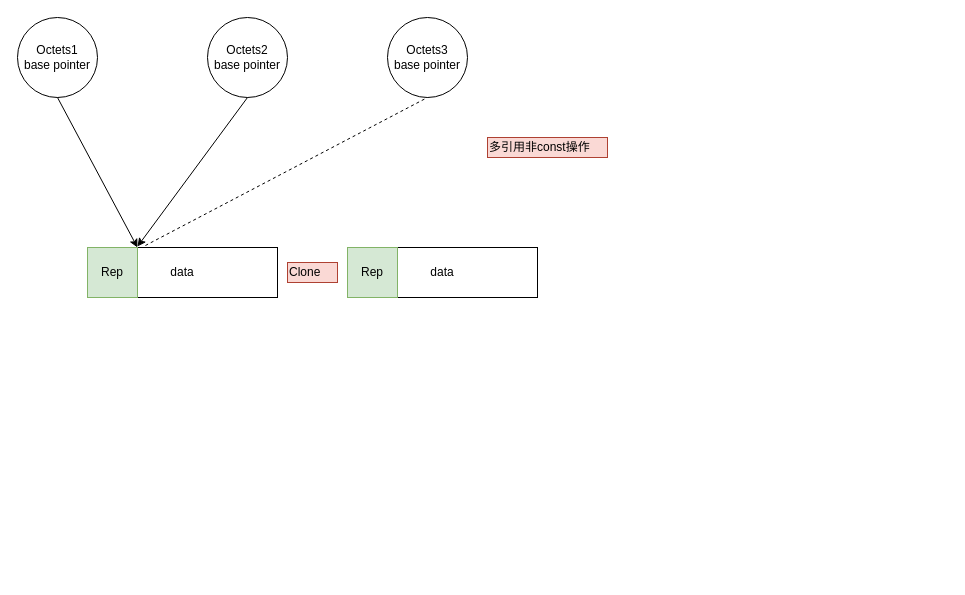
Above: octets.drawio in aflyingfishlg/GameServer (draw.io), before the change. Source tidied: cells renumbered, new cells numbered last; positions are measured from the earlier drawing's top-left corner, leaving out a move shared by most shapes. Both pictures are drawn from the tidied source at 100%, with x=0, y=0 at pixel (17, 17).
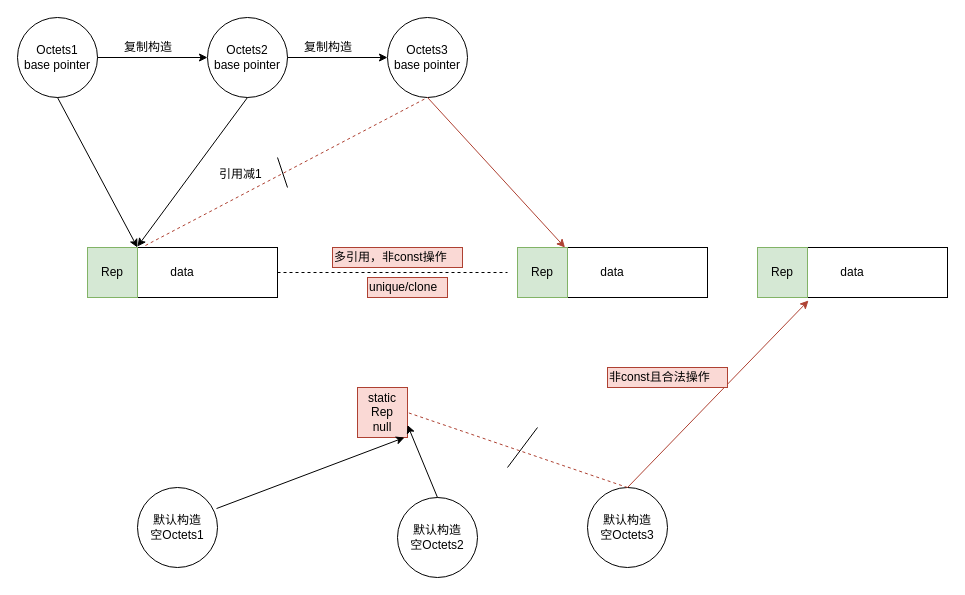
Above is the later version.

The change refers to these unchanged cells:
```xml
<mxCell id="2" value="data" style="rounded=0;whiteSpace=wrap;html=1;direction=south;" parent="1" vertex="1">
  <mxGeometry x="70" y="230" width="190" height="50" as="geometry" />
</mxCell>
<mxCell id="4" value="Octets1&lt;br&gt;base pointer&lt;br&gt;" style="ellipse;whiteSpace=wrap;html=1;" parent="1" vertex="1">
  <mxGeometry width="80" height="80" as="geometry" />
</mxCell>
<mxCell id="6" value="Octets2&lt;br&gt;base pointer&lt;br&gt;" style="ellipse;whiteSpace=wrap;html=1;" parent="1" vertex="1">
  <mxGeometry x="190" width="80" height="80" as="geometry" />
</mxCell>
<mxCell id="7" value="&lt;span&gt;Octets3&lt;/span&gt;&lt;br&gt;&lt;span&gt;base pointer&lt;/span&gt;" style="ellipse;whiteSpace=wrap;html=1;" parent="1" vertex="1">
  <mxGeometry x="370" width="80" height="80" as="geometry" />
</mxCell>
```

What changed in the source:
```diff
@@
     <mxCell id="9" value="data" style="rounded=0;whiteSpace=wrap;html=1;direction=south;" parent="1" vertex="1">
-      <mxGeometry x="330" y="230" width="190" height="50" as="geometry" />
+      <mxGeometry x="500" y="230" width="190" height="50" as="geometry" />
     </mxCell>
     <mxCell id="10" value="Rep" style="rounded=0;whiteSpace=wrap;html=1;fillColor=#d5e8d4;strokeColor=#82b366;" parent="1" vertex="1">
-      <mxGeometry x="330" y="230" width="50" height="50" as="geometry" />
+      <mxGeometry x="500" y="230" width="50" height="50" as="geometry" />
     </mxCell>
-    <mxCell id="11" value="Clone" style="text;html=1;align=left;verticalAlign=top;spacingTop=-4;fillColor=#fad9d5;strokeColor=#ae4132;" parent="1" vertex="1">
-      <mxGeometry x="270" y="245" width="50" height="20" as="geometry" />
+    <mxCell id="11" value="unique/clone" style="text;html=1;align=left;verticalAlign=top;spacingTop=-4;fillColor=#fad9d5;strokeColor=#ae4132;" parent="1" vertex="1">
+      <mxGeometry x="350" y="260" width="80" height="20" as="geometry" />
     </mxCell>
-    <mxCell id="12" value="多引用非const操作" style="text;html=1;align=left;verticalAlign=top;spacingTop=-4;fillColor=#fad9d5;strokeColor=#ae4132;" parent="1" vertex="1">
-      <mxGeometry x="470" y="120" width="120" height="20" as="geometry" />
+    <mxCell id="12" value="多引用，非const操作" style="text;html=1;align=left;verticalAlign=top;spacingTop=-4;fillColor=#fad9d5;strokeColor=#ae4132;" parent="1" vertex="1">
+      <mxGeometry x="315" y="230" width="130" height="20" as="geometry" />
     </mxCell>
-    <mxCell id="13" style="endArrow=none;dashed=1;html=1;entryX=0.5;entryY=1;entryDx=0;entryDy=0;exitX=-0.04;exitY=0.695;exitDx=0;exitDy=0;exitPerimeter=0;" parent="1" edge="1" source="2" target="7">
+    <mxCell id="13" style="endArrow=none;dashed=1;html=1;entryX=0.5;entryY=1;entryDx=0;entryDy=0;exitX=-0.04;exitY=0.695;exitDx=0;exitDy=0;exitPerimeter=0;fillColor=#fad9d5;strokeColor=#ae4132;" parent="1" edge="1" source="2" target="7">
       <mxGeometry relative="1" as="geometry" />
     </mxCell>
+    <mxCell id="14" style="endArrow=classic;html=1;exitX=0.5;exitY=1;exitDx=0;exitDy=0;entryX=0;entryY=0.75;entryDx=0;entryDy=0;fillColor=#fad9d5;strokeColor=#ae4132;" parent="1" edge="1" source="7" target="9">
+      <mxGeometry relative="1" as="geometry" />
+    </mxCell>
+    <mxCell id="15" style="endArrow=none;html=1;" parent="1" edge="1">
+      <mxGeometry relative="1" as="geometry">
+        <mxPoint x="270" y="170" as="sourcePoint" />
+        <mxPoint x="260" y="140" as="targetPoint" />
+      </mxGeometry>
+    </mxCell>
+    <mxCell id="16" style="endArrow=none;dashed=1;html=1;exitX=0.5;exitY=0;exitDx=0;exitDy=0;" parent="1" edge="1" source="2">
+      <mxGeometry relative="1" as="geometry">
+        <mxPoint x="490" y="255" as="targetPoint" />
+      </mxGeometry>
+    </mxCell>
+    <mxCell id="17" style="endArrow=classic;html=1;exitX=1;exitY=0.5;exitDx=0;exitDy=0;entryX=0;entryY=0.5;entryDx=0;entryDy=0;" parent="1" edge="1" source="4" target="6">
+      <mxGeometry relative="1" as="geometry" />
+    </mxCell>
+    <mxCell id="18" style="endArrow=classic;html=1;exitX=1;exitY=0.5;exitDx=0;exitDy=0;entryX=0;entryY=0.5;entryDx=0;entryDy=0;" parent="1" edge="1" source="6" target="7">
+      <mxGeometry relative="1" as="geometry" />
+    </mxCell>
+    <mxCell id="19" value="复制构造" style="text;html=1;align=left;verticalAlign=top;spacingTop=-4;" parent="1" vertex="1">
+      <mxGeometry x="105" y="20" width="60" height="20" as="geometry" />
+    </mxCell>
+    <mxCell id="20" value="复制构造" style="text;html=1;align=left;verticalAlign=top;spacingTop=-4;" parent="1" vertex="1">
+      <mxGeometry x="285" y="20" width="60" height="20" as="geometry" />
+    </mxCell>
+    <mxCell id="21" value="引用减1" style="text;html=1;align=left;verticalAlign=top;spacingTop=-4;" parent="1" vertex="1">
+      <mxGeometry x="200" y="147" width="60" height="20" as="geometry" />
+    </mxCell>
+    <mxCell id="22" value="static&lt;br&gt;Rep&lt;br&gt;null&lt;br&gt;" style="rounded=0;whiteSpace=wrap;html=1;fillColor=#fad9d5;strokeColor=#ae4132;" parent="1" vertex="1">
+      <mxGeometry x="340" y="370" width="50" height="50" as="geometry" />
+    </mxCell>
+    <mxCell id="23" value="默认构造&lt;br&gt;空Octets1&lt;br&gt;" style="ellipse;whiteSpace=wrap;html=1;" parent="1" vertex="1">
+      <mxGeometry x="120" y="470" width="80" height="80" as="geometry" />
+    </mxCell>
+    <mxCell id="24" value="默认构造&lt;br&gt;空Octets2&lt;br&gt;" style="ellipse;whiteSpace=wrap;html=1;" parent="1" vertex="1">
+      <mxGeometry x="380" y="480" width="80" height="80" as="geometry" />
+    </mxCell>
+    <mxCell id="25" value="默认构造&lt;br&gt;空Octets3&lt;br&gt;" style="ellipse;whiteSpace=wrap;html=1;" parent="1" vertex="1">
+      <mxGeometry x="570" y="470" width="80" height="80" as="geometry" />
+    </mxCell>
+    <mxCell id="26" style="endArrow=classic;html=1;exitX=0.988;exitY=0.263;exitDx=0;exitDy=0;entryX=0.94;entryY=1;entryDx=0;entryDy=0;entryPerimeter=0;exitPerimeter=0;" parent="1" edge="1" source="23" target="22">
+      <mxGeometry relative="1" as="geometry" />
+    </mxCell>
+    <mxCell id="27" style="endArrow=classic;html=1;exitX=0.5;exitY=0;exitDx=0;exitDy=0;entryX=1;entryY=0.75;entryDx=0;entryDy=0;" parent="1" edge="1" source="24" target="22">
+      <mxGeometry relative="1" as="geometry" />
+    </mxCell>
+    <mxCell id="28" style="endArrow=none;dashed=1;html=1;exitX=0.5;exitY=0;exitDx=0;exitDy=0;entryX=1;entryY=0.5;entryDx=0;entryDy=0;fillColor=#fad9d5;strokeColor=#ae4132;" parent="1" edge="1" source="25" target="22">
+      <mxGeometry relative="1" as="geometry" />
+    </mxCell>
+    <mxCell id="29" value="data" style="rounded=0;whiteSpace=wrap;html=1;direction=south;" parent="1" vertex="1">
+      <mxGeometry x="740" y="230" width="190" height="50" as="geometry" />
+    </mxCell>
+    <mxCell id="30" value="Rep" style="rounded=0;whiteSpace=wrap;html=1;fillColor=#d5e8d4;strokeColor=#82b366;" parent="1" vertex="1">
+      <mxGeometry x="740" y="230" width="50" height="50" as="geometry" />
+    </mxCell>
+    <mxCell id="31" style="endArrow=classic;html=1;entryX=1.02;entryY=1.06;entryDx=0;entryDy=0;entryPerimeter=0;fillColor=#fad9d5;strokeColor=#ae4132;" parent="1" edge="1" target="30">
+      <mxGeometry relative="1" as="geometry">
+        <mxPoint x="610" y="470" as="sourcePoint" />
+      </mxGeometry>
+    </mxCell>
+    <mxCell id="32" value="非const且合法操作" style="text;html=1;align=left;verticalAlign=top;spacingTop=-4;fillColor=#fad9d5;strokeColor=#ae4132;" parent="1" vertex="1">
+      <mxGeometry x="590" y="350" width="120" height="20" as="geometry" />
+    </mxCell>
+    <mxCell id="33" style="endArrow=none;html=1;" parent="1" edge="1">
+      <mxGeometry relative="1" as="geometry">
+        <mxPoint x="490" y="450" as="sourcePoint" />
+        <mxPoint x="520" y="410" as="targetPoint" />
+      </mxGeometry>
+    </mxCell>
```
